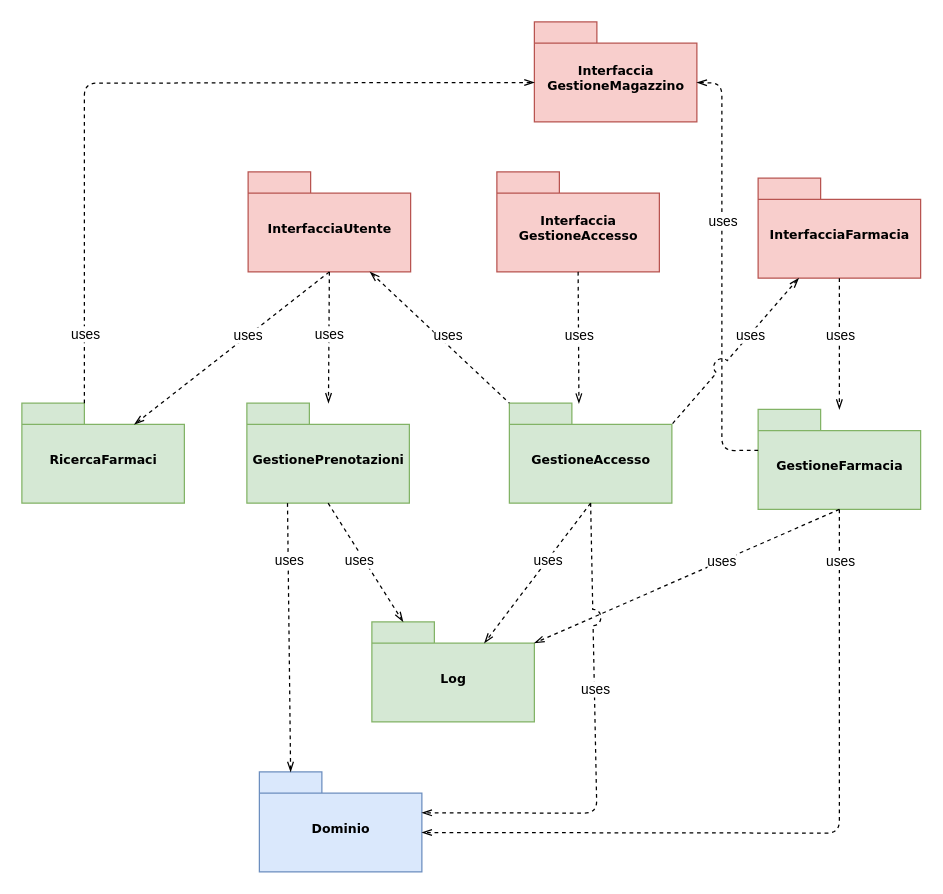
Before: page "Package" (1 of 4) of drawio/Diagrammi.drawio in lnwor/farmabyte-doc, a draw.io diagram. Source tidied: cells renumbered, new cells numbered last; positions are measured from the earlier drawing's top-left corner, leaving out a move shared by most shapes. Both pictures are drawn from the tidied source at 125%, with x=0, y=0 at pixel (21, 21).
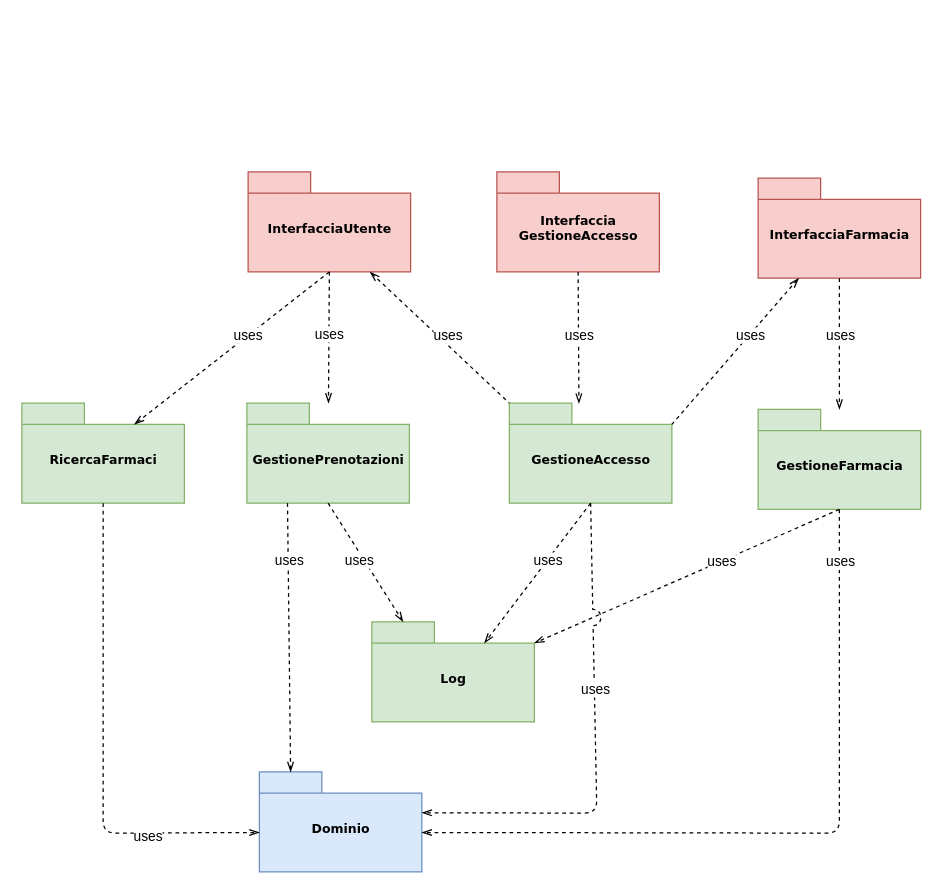
After the change.

The change refers to these unchanged cells:
```xml
<mxCell id="2" value="Dominio" style="shape=folder;fontStyle=1;spacingTop=10;tabWidth=50;tabHeight=17;tabPosition=left;html=1;rounded=0;shadow=0;comic=0;labelBackgroundColor=none;strokeColor=#6c8ebf;strokeWidth=1;fillColor=#dae8fc;fontFamily=Verdana;fontSize=10;align=center;" parent="1" vertex="1">
  <mxGeometry x="190" y="600" width="130" height="80" as="geometry" />
</mxCell>
<mxCell id="9" value="GestioneFarmacia" style="shape=folder;fontStyle=1;spacingTop=10;tabWidth=50;tabHeight=17;tabPosition=left;html=1;rounded=0;shadow=0;comic=0;labelBackgroundColor=none;strokeWidth=1;fontFamily=Verdana;fontSize=10;align=center;fillColor=#d5e8d4;strokeColor=#82b366;" parent="1" vertex="1">
  <mxGeometry x="589" y="310" width="130" height="80" as="geometry" />
</mxCell>
<mxCell id="11" value="RicercaFarmaci" style="shape=folder;fontStyle=1;spacingTop=10;tabWidth=50;tabHeight=17;tabPosition=left;html=1;rounded=0;shadow=0;comic=0;labelBackgroundColor=none;strokeColor=#82b366;strokeWidth=1;fillColor=#d5e8d4;fontFamily=Verdana;fontSize=10;align=center;" parent="1" vertex="1">
  <mxGeometry y="305" width="130" height="80" as="geometry" />
</mxCell>
```

The edit, as a diff of the source:
```diff
@@
-    <mxCell id="10" value="Interfaccia&lt;br&gt;GestioneMagazzino" style="shape=folder;fontStyle=1;spacingTop=10;tabWidth=50;tabHeight=17;tabPosition=left;html=1;rounded=0;shadow=0;comic=0;labelBackgroundColor=none;strokeColor=#b85450;strokeWidth=1;fillColor=#f8cecc;fontFamily=Verdana;fontSize=10;align=center;" parent="1" vertex="1">
-      <mxGeometry x="410" width="130" height="80" as="geometry" />
-    </mxCell>
@@
-    <mxCell id="16" style="endArrow=openThin;html=1;dashed=1;endFill=0;exitX=0;exitY=0;exitDx=0;exitDy=32.75;exitPerimeter=0;entryX=0;entryY=0;entryDx=130;entryDy=48.5;entryPerimeter=0;" parent="1" edge="1" source="9" target="10">
-      <mxGeometry relative="1" as="geometry">
-        <Array as="points">
-          <mxPoint x="560" y="343" />
-          <mxPoint x="560" y="49" />
-        </Array>
-      </mxGeometry>
-    </mxCell>
-    <mxCell id="17" value="uses" style="edgeLabel;html=1;align=center;verticalAlign=middle;" parent="16" vertex="1">
-      <mxGeometry x="-0.23" relative="1" as="geometry">
-        <mxPoint y="-81" as="offset" />
-      </mxGeometry>
-    </mxCell>
-    <mxCell id="18" style="endArrow=openThin;html=1;dashed=1;endFill=0;exitX=0;exitY=0;exitDx=50;exitDy=0;exitPerimeter=0;entryX=0;entryY=0;entryDx=0;entryDy=48.5;entryPerimeter=0;" parent="1" edge="1" source="11" target="10">
+    <mxCell id="18" style="endArrow=openThin;html=1;dashed=1;endFill=0;exitX=0.5;exitY=1;exitDx=0;exitDy=0;exitPerimeter=0;entryX=0;entryY=0;entryDx=0;entryDy=48.5;entryPerimeter=0;" parent="1" edge="1" source="11" target="2">
       <mxGeometry relative="1" as="geometry">
         <Array as="points">
-          <mxPoint x="50" y="49" />
+          <mxPoint x="65" y="649" />
         </Array>
       </mxGeometry>
     </mxCell>
     <mxCell id="19" value="uses" style="edgeLabel;html=1;align=center;verticalAlign=middle;" parent="18" vertex="1">
       <mxGeometry x="-0.23" relative="1" as="geometry">
-        <mxPoint y="181" as="offset" />
+        <mxPoint x="35" y="116" as="offset" />
       </mxGeometry>
     </mxCell>
```
